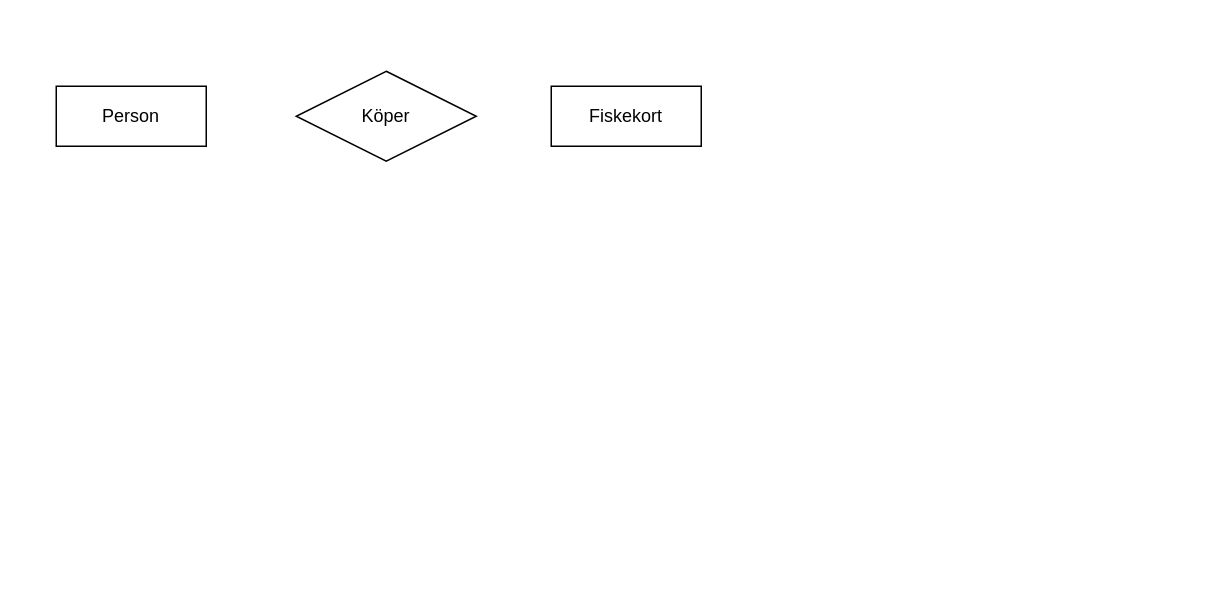
Above: Fiskevard.drawio in Ingelisun/ERmodels (draw.io), before the change. Source tidied: cells renumbered, new cells numbered last; positions are measured from the earlier drawing's top-left corner, leaving out a move shared by most shapes. Both pictures are drawn from the tidied source at 150%, with x=0, y=0 at pixel (56, 70).
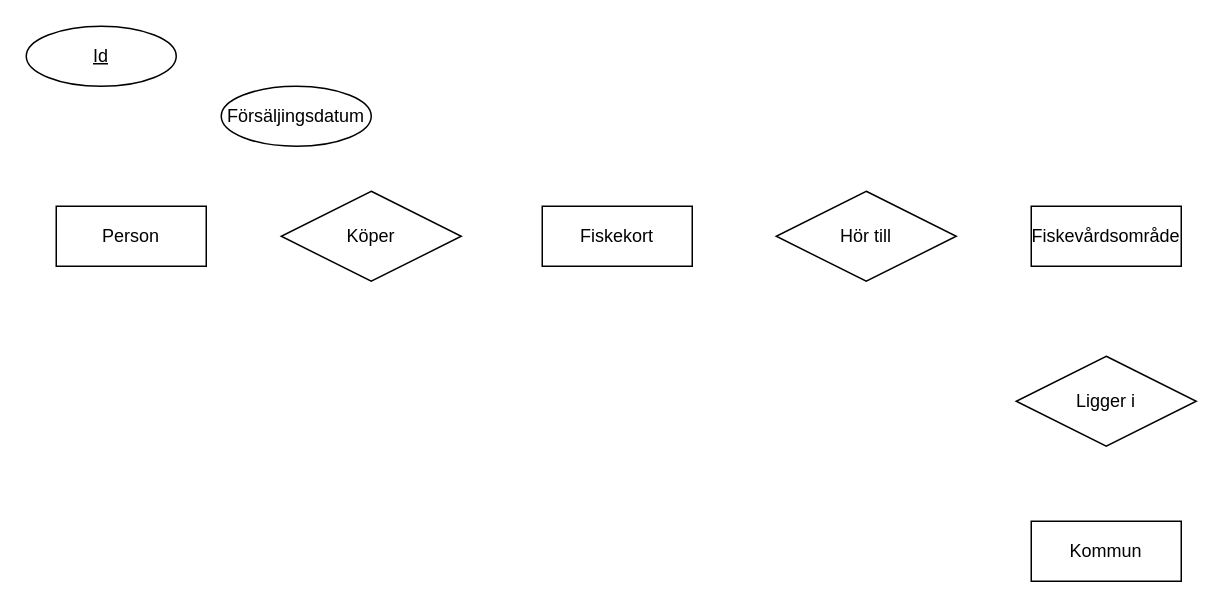
The same page after the edit.

Change to the diagram source:
```diff
@@
 <mxGraphModel>
   <root>
     <mxCell id="0" />
     <mxCell id="1" parent="0" />
     <mxCell id="2" value="Person" style="whiteSpace=wrap;html=1;align=center;" parent="1" vertex="1">
-      <mxGeometry y="10" width="100" height="40" as="geometry" />
+      <mxGeometry y="90" width="100" height="40" as="geometry" />
     </mxCell>
     <mxCell id="3" value="Köper" style="shape=rhombus;perimeter=rhombusPerimeter;whiteSpace=wrap;html=1;align=center;" parent="1" vertex="1">
-      <mxGeometry x="160" width="120" height="60" as="geometry" />
+      <mxGeometry x="150" y="80" width="120" height="60" as="geometry" />
     </mxCell>
     <mxCell id="4" value="Fiskekort" style="whiteSpace=wrap;html=1;align=center;" parent="1" vertex="1">
-      <mxGeometry x="330" y="10" width="100" height="40" as="geometry" />
+      <mxGeometry x="324" y="90" width="100" height="40" as="geometry" />
     </mxCell>
+    <mxCell id="5" value="Fiskevårdsområde" style="whiteSpace=wrap;html=1;align=center;" parent="1" vertex="1">
+      <mxGeometry x="650" y="90" width="100" height="40" as="geometry" />
+    </mxCell>
+    <mxCell id="6" value="Hör till" style="shape=rhombus;perimeter=rhombusPerimeter;whiteSpace=wrap;html=1;align=center;" parent="1" vertex="1">
+      <mxGeometry x="480" y="80" width="120" height="60" as="geometry" />
+    </mxCell>
+    <mxCell id="7" value="Kommun" style="whiteSpace=wrap;html=1;align=center;" parent="1" vertex="1">
+      <mxGeometry x="650" y="300" width="100" height="40" as="geometry" />
+    </mxCell>
+    <mxCell id="8" value="Ligger i" style="shape=rhombus;perimeter=rhombusPerimeter;whiteSpace=wrap;html=1;align=center;" parent="1" vertex="1">
+      <mxGeometry x="640" y="190" width="120" height="60" as="geometry" />
+    </mxCell>
+    <mxCell id="9" value="Id" style="ellipse;whiteSpace=wrap;html=1;align=center;fontStyle=4;" parent="1" vertex="1">
+      <mxGeometry x="-20" y="-30" width="100" height="40" as="geometry" />
+    </mxCell>
+    <mxCell id="10" value="Försäljingsdatum" style="ellipse;whiteSpace=wrap;html=1;align=center;" parent="1" vertex="1">
+      <mxGeometry x="110" y="10" width="100" height="40" as="geometry" />
+    </mxCell>
   </root>
 </mxGraphModel>
```
